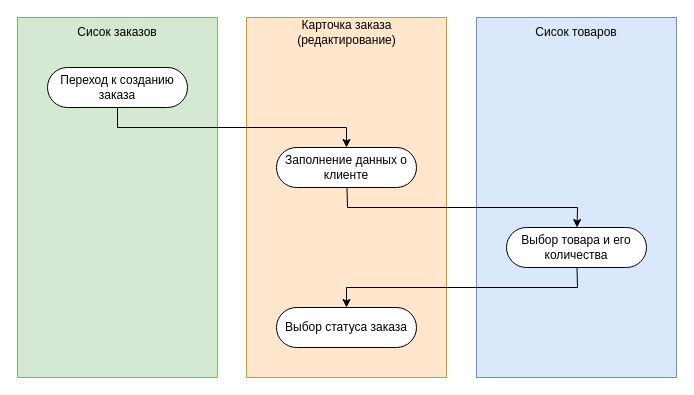
omelchenkopete/SA keeps this draw.io diagram as order creation.drawio. Above is the earlier version. Source tidied: cells renumbered, new cells numbered last; positions are measured from the earlier drawing's top-left corner, leaving out a move shared by most shapes. Both pictures are drawn from the tidied source at 100%, with x=0, y=0 at pixel (17, 17).
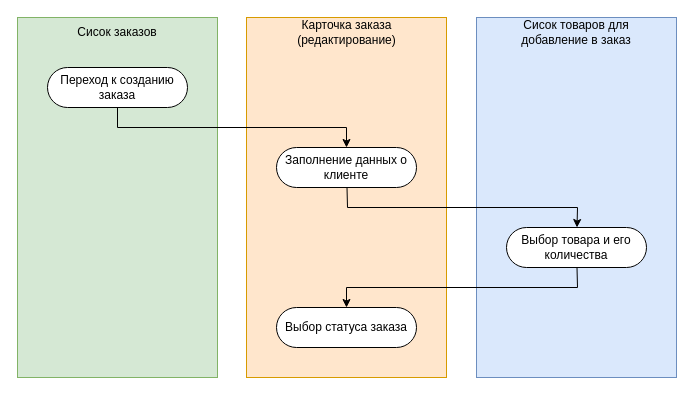
The same page after the edit.

Change to the diagram source:
```diff
@@
 <mxGraphModel>
   <root>
     <mxCell id="0" />
     <mxCell id="1" parent="0" />
     <mxCell id="2" style="whiteSpace=wrap;html=1;fillColor=#ffe6cc;strokeColor=#d79b00;" parent="1" vertex="1">
       <mxGeometry x="229" width="200" height="360" as="geometry" />
     </mxCell>
     <mxCell id="3" style="whiteSpace=wrap;html=1;fillColor=#d5e8d4;strokeColor=#82b366;" parent="1" vertex="1">
       <mxGeometry width="200" height="360" as="geometry" />
     </mxCell>
     <mxCell id="4" value="Сисок заказов" style="text;html=1;align=center;verticalAlign=middle;whiteSpace=wrap;rounded=0;fontColor=#000000;" parent="1" vertex="1">
       <mxGeometry x="55" width="90" height="30" as="geometry" />
     </mxCell>
     <mxCell id="5" value="Карточка заказа (редактирование)" style="text;html=1;align=center;verticalAlign=middle;whiteSpace=wrap;rounded=0;fontColor=#000000;" parent="1" vertex="1">
       <mxGeometry x="273.5" width="111" height="30" as="geometry" />
     </mxCell>
     <mxCell id="6" value="Переход к созданию заказа" style="rounded=1;whiteSpace=wrap;html=1;arcSize=50;" parent="1" vertex="1">
       <mxGeometry x="30" y="50" width="140" height="40" as="geometry" />
     </mxCell>
     <mxCell id="7" value="Заполнение данных о клиенте" style="rounded=1;whiteSpace=wrap;html=1;arcSize=50;" parent="1" vertex="1">
       <mxGeometry x="259" y="130" width="140" height="40" as="geometry" />
     </mxCell>
     <mxCell id="8" style="endArrow=classic;html=1;rounded=0;" parent="1" edge="1" source="6" target="7">
       <mxGeometry relative="1" as="geometry">
         <Array as="points">
           <mxPoint x="100" y="110" />
           <mxPoint x="329" y="110" />
         </Array>
       </mxGeometry>
     </mxCell>
     <mxCell id="9" style="whiteSpace=wrap;html=1;fillColor=#dae8fc;strokeColor=#6c8ebf;" parent="1" vertex="1">
       <mxGeometry x="459" width="200" height="360" as="geometry" />
     </mxCell>
-    <mxCell id="10" value="Сисок товаров" style="text;html=1;align=center;verticalAlign=middle;whiteSpace=wrap;rounded=0;fontColor=#000000;" parent="1" vertex="1">
-      <mxGeometry x="514" width="90" height="30" as="geometry" />
+    <mxCell id="10" value="Сисок товаров для добавление в заказ" style="text;html=1;align=center;verticalAlign=middle;whiteSpace=wrap;rounded=0;fontColor=#000000;" parent="1" vertex="1">
+      <mxGeometry x="497" width="124" height="30" as="geometry" />
     </mxCell>
     <mxCell id="11" value="Выбор товара и его количества" style="rounded=1;whiteSpace=wrap;html=1;arcSize=50;" parent="1" vertex="1">
       <mxGeometry x="489" y="210" width="140" height="40" as="geometry" />
     </mxCell>
     <mxCell id="12" style="endArrow=classic;html=1;rounded=0;" parent="1" edge="1" source="7" target="11">
       <mxGeometry relative="1" as="geometry">
         <Array as="points">
           <mxPoint x="330" y="190" />
           <mxPoint x="560" y="190" />
         </Array>
       </mxGeometry>
     </mxCell>
     <mxCell id="13" value="Выбор статуса заказа" style="rounded=1;whiteSpace=wrap;html=1;arcSize=50;" parent="1" vertex="1">
       <mxGeometry x="259" y="290" width="140" height="40" as="geometry" />
     </mxCell>
     <mxCell id="14" style="endArrow=classic;html=1;rounded=0;" parent="1" edge="1" source="11" target="13">
       <mxGeometry relative="1" as="geometry">
         <Array as="points">
           <mxPoint x="560" y="270" />
           <mxPoint x="329" y="270" />
         </Array>
       </mxGeometry>
     </mxCell>
   </root>
 </mxGraphModel>
```
